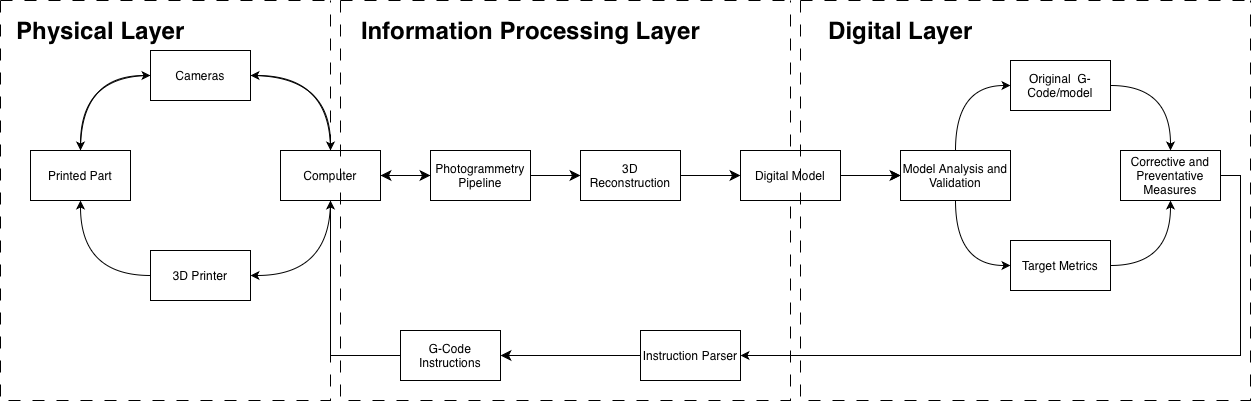
jameswalter12/MEng-Project- keeps this draw.io diagram as FLOW.drawio.png. Above is the earlier version. Source tidied: cells renumbered, new cells last; positions are measured from the earlier drawing's top-left corner, leaving out a move shared by most shapes.
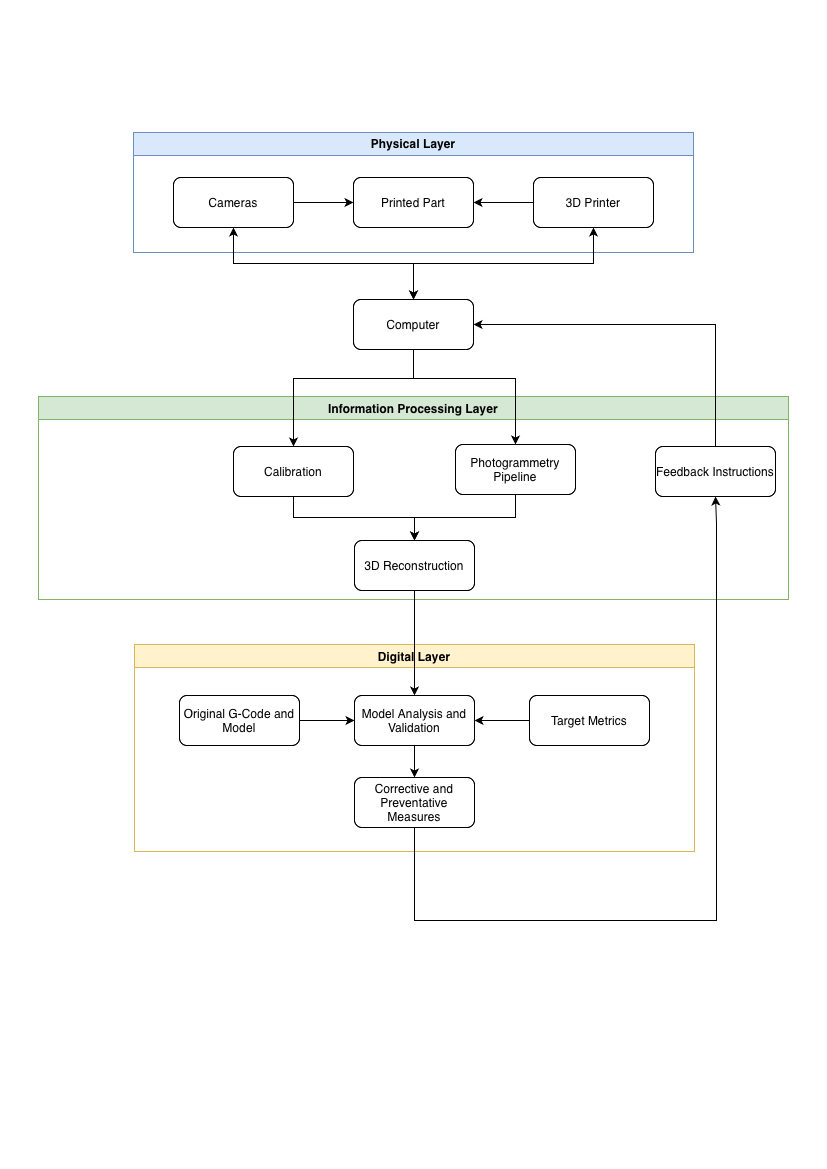
The same diagram one commit later.

What changed in the source:
```diff
@@ -2,124 +2,123 @@
   <root>
     <mxCell id="0" />
     <mxCell id="1" parent="0" />
-    <mxCell id="2" style="swimlane;startSize=0;dashed=1;dashPattern=12 12;" parent="1" vertex="1">
-      <mxGeometry width="330" height="400" as="geometry" />
-    </mxCell>
+    <mxCell id="16" style="edgeStyle=none;curved=1;rounded=0;jettySize=auto;html=1;exitX=1;exitY=0.5;exitDx=0;exitDy=0;entryX=0;entryY=0.5;entryDx=0;entryDy=0;fontSize=12;startSize=8;endSize=8;" parent="1" edge="1" target="x">
+      <mxGeometry relative="1" as="geometry">
+        <mxPoint x="530" y="175" as="sourcePoint" />
+      </mxGeometry>
+    </mxCell>
+    <mxCell id="41" style="edgeStyle=none;curved=1;rounded=0;jettySize=auto;html=1;exitX=1;exitY=0.5;exitDx=0;exitDy=0;entryX=0;entryY=0.5;entryDx=0;entryDy=0;fontSize=12;startSize=8;endSize=8;" parent="1" edge="1" target="x">
+      <mxGeometry relative="1" as="geometry">
+        <mxPoint x="790" y="625" as="sourcePoint" />
+      </mxGeometry>
+    </mxCell>
+    <mxCell id="13" value="Physical Layer" style="swimlane;whiteSpace=wrap;html=1;startSize=23;fillColor=#dae8fc;strokeColor=#6c8ebf;" parent="1" vertex="1">
+      <mxGeometry x="83" y="-8" width="560" height="120" as="geometry" />
+    </mxCell>
+    <mxCell id="6" style="edgeStyle=orthogonalEdgeStyle;rounded=0;jettySize=auto;html=1;exitX=1;exitY=0.5;exitDx=0;exitDy=0;entryX=0;entryY=0.5;entryDx=0;entryDy=0;elbow=vertical;" parent="13" edge="1" source="7" target="12">
+      <mxGeometry relative="1" as="geometry" />
+    </mxCell>
+    <mxCell id="7" value="Cameras" style="rounded=1;whiteSpace=wrap;html=1;fillColor=#ffffff;strokeColor=#000000;" parent="13" vertex="1">
+      <mxGeometry x="40" y="45" width="120" height="50" as="geometry" />
+    </mxCell>
+    <mxCell id="12" value="Printed Part" style="rounded=1;whiteSpace=wrap;html=1;fillColor=#ffffff;strokeColor=#000000;" parent="13" vertex="1">
+      <mxGeometry x="220" y="45" width="120" height="50" as="geometry" />
+    </mxCell>
-    <mxCell id="3" style="edgeStyle=orthogonalEdgeStyle;curved=1;rounded=0;jettySize=auto;html=1;exitX=0;exitY=0.5;exitDx=0;exitDy=0;entryX=0.5;entryY=1;entryDx=0;entryDy=0;elbow=vertical;" parent="2" edge="1" source="4" target="12">
+    <mxCell id="3" style="edgeStyle=orthogonalEdgeStyle;rounded=0;jettySize=auto;html=1;exitX=0;exitY=0.5;exitDx=0;exitDy=0;entryX=1;entryY=0.5;entryDx=0;entryDy=0;elbow=vertical;" parent="13" edge="1" source="4" target="12">
       <mxGeometry relative="1" as="geometry" />
     </mxCell>
-    <mxCell id="4" value="3D Printer" style="rounded=0;whiteSpace=wrap;html=1;" parent="2" vertex="1">
-      <mxGeometry x="150" y="250" width="100" height="50" as="geometry" />
+    <mxCell id="4" value="3D Printer" style="rounded=1;whiteSpace=wrap;html=1;fillColor=#ffffff;strokeColor=#000000;" parent="13" vertex="1">
+      <mxGeometry x="400" y="45" width="120" height="50" as="geometry" />
     </mxCell>
+    <mxCell id="26" value="Information Processing Layer" style="swimlane;whiteSpace=wrap;html=1;startSize=23;fillColor=#d5e8d4;strokeColor=#82b366;" parent="1" vertex="1">
+      <mxGeometry x="-12" y="256" width="750" height="203" as="geometry" />
+    </mxCell>
+    <mxCell id="42" style="edgeStyle=orthogonalEdgeStyle;rounded=0;jettySize=auto;html=1;exitX=0.5;exitY=1;exitDx=0;exitDy=0;entryX=0.5;entryY=0;entryDx=0;entryDy=0;elbow=vertical;" parent="26" edge="1" source="43" target="24">
+      <mxGeometry relative="1" as="geometry">
+        <Array as="points">
+          <mxPoint x="255" y="121" />
+          <mxPoint x="376" y="121" />
+        </Array>
+      </mxGeometry>
+    </mxCell>
+    <mxCell id="43" value="Calibration" style="rounded=1;whiteSpace=wrap;html=1;fillColor=#ffffff;strokeColor=#000000;" parent="26" vertex="1">
+      <mxGeometry x="195" y="50" width="120" height="50" as="geometry" />
+    </mxCell>
+    <mxCell id="44" style="edgeStyle=orthogonalEdgeStyle;rounded=0;jettySize=auto;html=1;exitX=0.5;exitY=1;exitDx=0;exitDy=0;entryX=0.5;entryY=0;entryDx=0;entryDy=0;elbow=vertical;" parent="26" edge="1" source="22" target="24">
+      <mxGeometry relative="1" as="geometry" />
+    </mxCell>
+    <mxCell id="22" value="Photogrammetry Pipeline" style="rounded=1;whiteSpace=wrap;html=1;fillColor=#ffffff;strokeColor=#000000;" parent="26" vertex="1">
+      <mxGeometry x="417" y="48" width="120" height="50" as="geometry" />
+    </mxCell>
+    <mxCell id="24" value="3D Reconstruction" style="rounded=1;whiteSpace=wrap;html=1;fillColor=#ffffff;strokeColor=#000000;" parent="26" vertex="1">
+      <mxGeometry x="316" y="144" width="120" height="50" as="geometry" />
+    </mxCell>
+    <mxCell id="45" value="Feedback Instructions" style="rounded=1;whiteSpace=wrap;html=1;fillColor=#ffffff;strokeColor=#000000;" parent="26" vertex="1">
+      <mxGeometry x="617" y="50" width="120" height="50" as="geometry" />
+    </mxCell>
+    <mxCell id="38" value="Digital Layer" style="swimlane;whiteSpace=wrap;html=1;startSize=23;fillColor=#fff2cc;strokeColor=#d6b656;" parent="1" vertex="1">
+      <mxGeometry x="84" y="504" width="560" height="207" as="geometry" />
+    </mxCell>
+    <mxCell id="46" style="edgeStyle=orthogonalEdgeStyle;rounded=0;jettySize=auto;html=1;exitX=0.5;exitY=1;exitDx=0;exitDy=0;entryX=0.5;entryY=0;entryDx=0;entryDy=0;elbow=vertical;" parent="38" edge="1" source="34" target="19">
+      <mxGeometry relative="1" as="geometry" />
+    </mxCell>
+    <mxCell id="34" value="Model Analysis and Validation" style="rounded=1;whiteSpace=wrap;html=1;fillColor=#ffffff;strokeColor=#000000;" parent="38" vertex="1">
+      <mxGeometry x="220" y="51" width="120" height="50" as="geometry" />
+    </mxCell>
+    <mxCell id="47" style="edgeStyle=orthogonalEdgeStyle;rounded=0;jettySize=auto;html=1;exitX=1;exitY=0.5;exitDx=0;exitDy=0;entryX=0;entryY=0.5;entryDx=0;entryDy=0;elbow=vertical;" parent="38" edge="1" source="48" target="34">
+      <mxGeometry relative="1" as="geometry" />
+    </mxCell>
+    <mxCell id="48" value="Original G-Code and Model" style="rounded=1;whiteSpace=wrap;html=1;fillColor=#ffffff;strokeColor=#000000;" parent="38" vertex="1">
+      <mxGeometry x="45" y="51" width="120" height="50" as="geometry" />
+    </mxCell>
+    <mxCell id="49" style="edgeStyle=orthogonalEdgeStyle;rounded=0;jettySize=auto;html=1;exitX=0;exitY=0.5;exitDx=0;exitDy=0;entryX=1;entryY=0.5;entryDx=0;entryDy=0;elbow=vertical;" parent="38" edge="1" source="37" target="34">
+      <mxGeometry relative="1" as="geometry" />
+    </mxCell>
+    <mxCell id="37" value="Target Metrics" style="rounded=1;whiteSpace=wrap;html=1;fillColor=#ffffff;strokeColor=#000000;" parent="38" vertex="1">
+      <mxGeometry x="395" y="51" width="120" height="50" as="geometry" />
+    </mxCell>
+    <mxCell id="19" value="Corrective and Preventative Measures" style="rounded=1;whiteSpace=wrap;html=1;fillColor=#ffffff;strokeColor=#000000;" parent="38" vertex="1">
+      <mxGeometry x="220" y="133" width="120" height="50" as="geometry" />
+    </mxCell>
+    <mxCell id="50" style="edgeStyle=orthogonalEdgeStyle;rounded=0;jettySize=auto;html=1;exitX=0.5;exitY=1;exitDx=0;exitDy=0;entryX=0.5;entryY=0;entryDx=0;entryDy=0;elbow=vertical;" parent="1" edge="1" source="10" target="43">
+      <mxGeometry relative="1" as="geometry">
+        <Array as="points">
+          <mxPoint x="363" y="238" />
+          <mxPoint x="243" y="238" />
+        </Array>
+      </mxGeometry>
+    </mxCell>
+    <mxCell id="15" style="edgeStyle=orthogonalEdgeStyle;rounded=0;jettySize=auto;html=1;exitX=0.5;exitY=1;exitDx=0;exitDy=0;entryX=0.5;entryY=0;entryDx=0;entryDy=0;elbow=vertical;" parent="1" edge="1" source="10" target="22">
+      <mxGeometry relative="1" as="geometry">
+        <Array as="points">
+          <mxPoint x="363" y="238" />
+          <mxPoint x="465" y="238" />
+        </Array>
+      </mxGeometry>
+    </mxCell>
+    <mxCell id="8" style="edgeStyle=orthogonalEdgeStyle;rounded=0;jettySize=auto;html=1;exitX=0.5;exitY=0;exitDx=0;exitDy=0;entryX=0.5;entryY=1;entryDx=0;entryDy=0;elbow=vertical;startArrow=classic;startFill=1;" parent="1" edge="1" source="10" target="4">
+      <mxGeometry relative="1" as="geometry" />
+    </mxCell>
+    <mxCell id="10" value="Computer" style="rounded=1;whiteSpace=wrap;html=1;fillColor=#ffffff;strokeColor=#000000;" parent="1" vertex="1">
+      <mxGeometry x="303" y="159" width="120" height="50" as="geometry" />
+    </mxCell>
+    <mxCell id="51" style="edgeStyle=orthogonalEdgeStyle;rounded=0;jettySize=auto;html=1;exitX=0.5;exitY=1;exitDx=0;exitDy=0;entryX=0.5;entryY=1;entryDx=0;entryDy=0;elbow=vertical;" parent="1" edge="1" source="19" target="45">
+      <mxGeometry relative="1" as="geometry">
+        <Array as="points">
+          <mxPoint x="364" y="780" />
+          <mxPoint x="666" y="780" />
+          <mxPoint x="666" y="383" />
+        </Array>
+      </mxGeometry>
+    </mxCell>
+    <mxCell id="52" style="edgeStyle=orthogonalEdgeStyle;rounded=0;jettySize=auto;html=1;exitX=0.5;exitY=1;exitDx=0;exitDy=0;entryX=0.5;entryY=0;entryDx=0;entryDy=0;elbow=vertical;" parent="1" edge="1" source="24" target="34">
+      <mxGeometry relative="1" as="geometry" />
+    </mxCell>
+    <mxCell id="53" style="edgeStyle=orthogonalEdgeStyle;rounded=0;jettySize=auto;html=1;exitX=0.5;exitY=0;exitDx=0;exitDy=0;entryX=1;entryY=0.5;entryDx=0;entryDy=0;elbow=vertical;" parent="1" edge="1" source="45" target="10">
+      <mxGeometry relative="1" as="geometry" />
+    </mxCell>
-    <mxCell id="5" style="edgeStyle=orthogonalEdgeStyle;curved=1;rounded=0;jettySize=auto;html=1;exitX=1;exitY=0.5;exitDx=0;exitDy=0;entryX=0.5;entryY=0;entryDx=0;entryDy=0;elbow=vertical;" parent="2" edge="1" source="7" target="10">
+    <mxCell id="5" style="edgeStyle=orthogonalEdgeStyle;rounded=0;jettySize=auto;html=1;exitX=0.5;exitY=1;exitDx=0;exitDy=0;entryX=0.5;entryY=0;entryDx=0;entryDy=0;elbow=vertical;startArrow=classic;startFill=1;" parent="1" edge="1" source="7" target="10">
       <mxGeometry relative="1" as="geometry" />
     </mxCell>
-    <mxCell id="6" style="edgeStyle=orthogonalEdgeStyle;curved=1;rounded=0;jettySize=auto;html=1;exitX=0;exitY=0.5;exitDx=0;exitDy=0;entryX=0.5;entryY=0;entryDx=0;entryDy=0;elbow=vertical;" parent="2" edge="1" source="7" target="12">
-      <mxGeometry relative="1" as="geometry" />
-    </mxCell>
-    <mxCell id="7" value="Cameras" style="rounded=0;whiteSpace=wrap;html=1;" parent="2" vertex="1">
-      <mxGeometry x="150" y="50" width="100" height="50" as="geometry" />
-    </mxCell>
-    <mxCell id="8" style="edgeStyle=orthogonalEdgeStyle;curved=1;rounded=0;jettySize=auto;html=1;exitX=0.5;exitY=1;exitDx=0;exitDy=0;entryX=1;entryY=0.5;entryDx=0;entryDy=0;elbow=vertical;" parent="2" edge="1" source="10" target="4">
-      <mxGeometry relative="1" as="geometry" />
-    </mxCell>
-    <mxCell id="9" style="edgeStyle=orthogonalEdgeStyle;curved=1;rounded=0;jettySize=auto;html=1;exitX=0.5;exitY=0;exitDx=0;exitDy=0;entryX=1;entryY=0.5;entryDx=0;entryDy=0;elbow=vertical;" parent="2" edge="1" source="10" target="7">
-      <mxGeometry relative="1" as="geometry" />
-    </mxCell>
-    <mxCell id="10" value="Computer" style="rounded=0;whiteSpace=wrap;html=1;" parent="2" vertex="1">
-      <mxGeometry x="280" y="150" width="100" height="50" as="geometry" />
-    </mxCell>
-    <mxCell id="11" style="edgeStyle=orthogonalEdgeStyle;curved=1;rounded=0;jettySize=auto;html=1;exitX=0.5;exitY=0;exitDx=0;exitDy=0;entryX=0;entryY=0.5;entryDx=0;entryDy=0;elbow=vertical;" parent="2" edge="1" source="12" target="7">
-      <mxGeometry relative="1" as="geometry" />
-    </mxCell>
-    <mxCell id="12" value="Printed Part" style="rounded=0;whiteSpace=wrap;html=1;" parent="2" vertex="1">
-      <mxGeometry x="30" y="150" width="100" height="50" as="geometry" />
-    </mxCell>
-    <mxCell id="13" value="Physical Layer" style="text;strokeColor=none;fillColor=none;html=1;fontSize=24;fontStyle=1;verticalAlign=middle;align=center;" parent="2" vertex="1">
-      <mxGeometry x="50" y="10" width="100" height="40" as="geometry" />
-    </mxCell>
-    <mxCell id="14" style="edgeStyle=none;curved=1;rounded=0;jettySize=auto;html=1;exitX=0;exitY=0.5;exitDx=0;exitDy=0;entryX=1;entryY=0.5;entryDx=0;entryDy=0;fontSize=12;startSize=8;endSize=8;" parent="1" edge="1" source="22" target="10">
-      <mxGeometry relative="1" as="geometry" />
-    </mxCell>
-    <mxCell id="15" style="edgeStyle=none;curved=1;rounded=0;jettySize=auto;html=1;exitX=1;exitY=0.5;exitDx=0;exitDy=0;fontSize=12;startSize=8;endSize=8;entryX=0;entryY=0.5;entryDx=0;entryDy=0;" parent="1" edge="1" source="10" target="22">
-      <mxGeometry relative="1" as="geometry" />
-    </mxCell>
-    <mxCell id="16" style="edgeStyle=none;curved=1;rounded=0;jettySize=auto;html=1;exitX=1;exitY=0.5;exitDx=0;exitDy=0;entryX=0;entryY=0.5;entryDx=0;entryDy=0;fontSize=12;startSize=8;endSize=8;" parent="1" edge="1" source="22" target="24">
-      <mxGeometry relative="1" as="geometry" />
-    </mxCell>
-    <mxCell id="17" style="edgeStyle=orthogonalEdgeStyle;rounded=0;jettySize=auto;html=1;exitX=1;exitY=0.5;exitDx=0;exitDy=0;entryX=0;entryY=0.5;entryDx=0;entryDy=0;" parent="1" edge="1" source="27" target="34">
-      <mxGeometry relative="1" as="geometry" />
-    </mxCell>
-    <mxCell id="18" style="edgeStyle=orthogonalEdgeStyle;rounded=0;jettySize=auto;html=1;exitX=1;exitY=0.5;exitDx=0;exitDy=0;entryX=1;entryY=0.5;entryDx=0;entryDy=0;elbow=vertical;" parent="1" edge="1" source="19" target="29">
-      <mxGeometry relative="1" as="geometry" />
-    </mxCell>
-    <mxCell id="19" value="Corrective and Preventative Measures" style="rounded=0;whiteSpace=wrap;html=1;" parent="1" vertex="1">
-      <mxGeometry x="1120" y="150" width="100" height="50" as="geometry" />
-    </mxCell>
-    <mxCell id="20" style="edgeStyle=orthogonalEdgeStyle;rounded=0;jettySize=auto;html=1;exitX=0;exitY=0.5;exitDx=0;exitDy=0;entryX=0.5;entryY=1;entryDx=0;entryDy=0;" parent="1" edge="1" source="28" target="10">
-      <mxGeometry relative="1" as="geometry" />
-    </mxCell>
-    <mxCell id="21" style="edgeStyle=none;curved=1;rounded=0;jettySize=auto;html=1;exitX=0;exitY=0.5;exitDx=0;exitDy=0;entryX=1;entryY=0.5;entryDx=0;entryDy=0;fontSize=12;startSize=8;endSize=8;" parent="1" edge="1" target="22">
-      <mxGeometry relative="1" as="geometry">
-        <mxPoint x="480" y="175" as="sourcePoint" />
-      </mxGeometry>
-    </mxCell>
-    <mxCell id="22" value="Photogrammetry Pipeline" style="rounded=0;whiteSpace=wrap;html=1;" parent="1" vertex="1">
-      <mxGeometry x="430" y="150" width="100" height="50" as="geometry" />
-    </mxCell>
-    <mxCell id="23" style="swimlane;startSize=0;dashed=1;dashPattern=12 12;" parent="1" vertex="1">
-      <mxGeometry x="340" width="450" height="400" as="geometry" />
-    </mxCell>
-    <mxCell id="24" value="3D Reconstruction" style="rounded=0;whiteSpace=wrap;html=1;" parent="23" vertex="1">
-      <mxGeometry x="240" y="150" width="100" height="50" as="geometry" />
-    </mxCell>
-    <mxCell id="25" style="edgeStyle=none;curved=1;rounded=0;jettySize=auto;html=1;exitX=1;exitY=0.5;exitDx=0;exitDy=0;entryX=0;entryY=0.5;entryDx=0;entryDy=0;fontSize=12;startSize=8;endSize=8;" parent="23" edge="1" source="24" target="27">
-      <mxGeometry relative="1" as="geometry" />
-    </mxCell>
-    <mxCell id="26" value="Information Processing Layer" style="text;strokeColor=none;fillColor=none;html=1;fontSize=24;fontStyle=1;verticalAlign=middle;align=center;" parent="23" vertex="1">
-      <mxGeometry x="140" y="10" width="100" height="40" as="geometry" />
-    </mxCell>
-    <mxCell id="27" value="Digital Model" style="rounded=0;whiteSpace=wrap;html=1;" parent="23" vertex="1">
-      <mxGeometry x="400" y="150" width="100" height="50" as="geometry" />
-    </mxCell>
-    <mxCell id="28" value="G-Code Instructions" style="rounded=0;whiteSpace=wrap;html=1;" parent="23" vertex="1">
-      <mxGeometry x="60" y="330" width="100" height="50" as="geometry" />
-    </mxCell>
-    <mxCell id="29" value="Instruction Parser" style="rounded=0;whiteSpace=wrap;html=1;" parent="23" vertex="1">
-      <mxGeometry x="300" y="330" width="100" height="50" as="geometry" />
-    </mxCell>
-    <mxCell id="30" style="edgeStyle=none;curved=1;rounded=0;jettySize=auto;html=1;exitX=0;exitY=0.5;exitDx=0;exitDy=0;entryX=1;entryY=0.5;entryDx=0;entryDy=0;fontSize=12;startSize=8;endSize=8;" parent="23" edge="1" source="29" target="28">
-      <mxGeometry relative="1" as="geometry" />
-    </mxCell>
-    <mxCell id="31" style="edgeStyle=none;curved=1;rounded=0;jettySize=auto;html=1;exitX=1;exitY=0.5;exitDx=0;exitDy=0;fontSize=12;startSize=8;endSize=8;" parent="1" edge="1" source="27" target="34">
-      <mxGeometry relative="1" as="geometry" />
-    </mxCell>
-    <mxCell id="32" style="edgeStyle=orthogonalEdgeStyle;curved=1;rounded=0;jettySize=auto;html=1;exitX=0.5;exitY=0;exitDx=0;exitDy=0;elbow=vertical;entryX=0;entryY=0.5;entryDx=0;entryDy=0;" parent="1" edge="1" source="34" target="36">
-      <mxGeometry relative="1" as="geometry" />
-    </mxCell>
-    <mxCell id="33" style="edgeStyle=orthogonalEdgeStyle;curved=1;rounded=0;jettySize=auto;html=1;exitX=0.5;exitY=1;exitDx=0;exitDy=0;entryX=0;entryY=0.5;entryDx=0;entryDy=0;elbow=vertical;" parent="1" edge="1" source="34" target="37">
-      <mxGeometry relative="1" as="geometry" />
-    </mxCell>
-    <mxCell id="34" value="Model Analysis and Validation" style="rounded=0;whiteSpace=wrap;html=1;" parent="1" vertex="1">
-      <mxGeometry x="900" y="150" width="110" height="50" as="geometry" />
-    </mxCell>
-    <mxCell id="35" style="swimlane;startSize=0;dashed=1;dashPattern=12 12;" parent="1" vertex="1">
-      <mxGeometry x="800" width="450" height="400" as="geometry" />
-    </mxCell>
-    <mxCell id="36" value="Original &amp;nbsp;G-Code/model" style="rounded=0;whiteSpace=wrap;html=1;" parent="35" vertex="1">
-      <mxGeometry x="210" y="60" width="100" height="50" as="geometry" />
-    </mxCell>
-    <mxCell id="37" value="Target Metrics" style="rounded=0;whiteSpace=wrap;html=1;" parent="35" vertex="1">
-      <mxGeometry x="210" y="240" width="100" height="50" as="geometry" />
-    </mxCell>
-    <mxCell id="38" value="Digital Layer" style="text;strokeColor=none;fillColor=none;html=1;fontSize=24;fontStyle=1;verticalAlign=middle;align=center;" parent="35" vertex="1">
-      <mxGeometry x="50" y="10" width="100" height="40" as="geometry" />
-    </mxCell>
-    <mxCell id="39" style="edgeStyle=orthogonalEdgeStyle;curved=1;rounded=0;jettySize=auto;html=1;exitX=1;exitY=0.5;exitDx=0;exitDy=0;entryX=0.5;entryY=0;entryDx=0;entryDy=0;elbow=vertical;" parent="1" edge="1" source="36" target="19">
-      <mxGeometry relative="1" as="geometry" />
-    </mxCell>
-    <mxCell id="40" style="edgeStyle=orthogonalEdgeStyle;curved=1;rounded=0;jettySize=auto;html=1;exitX=1;exitY=0.5;exitDx=0;exitDy=0;entryX=0.5;entryY=1;entryDx=0;entryDy=0;elbow=vertical;" parent="1" edge="1" source="37" target="19">
-      <mxGeometry relative="1" as="geometry" />
-    </mxCell>
   </root>
 </mxGraphModel>
```
